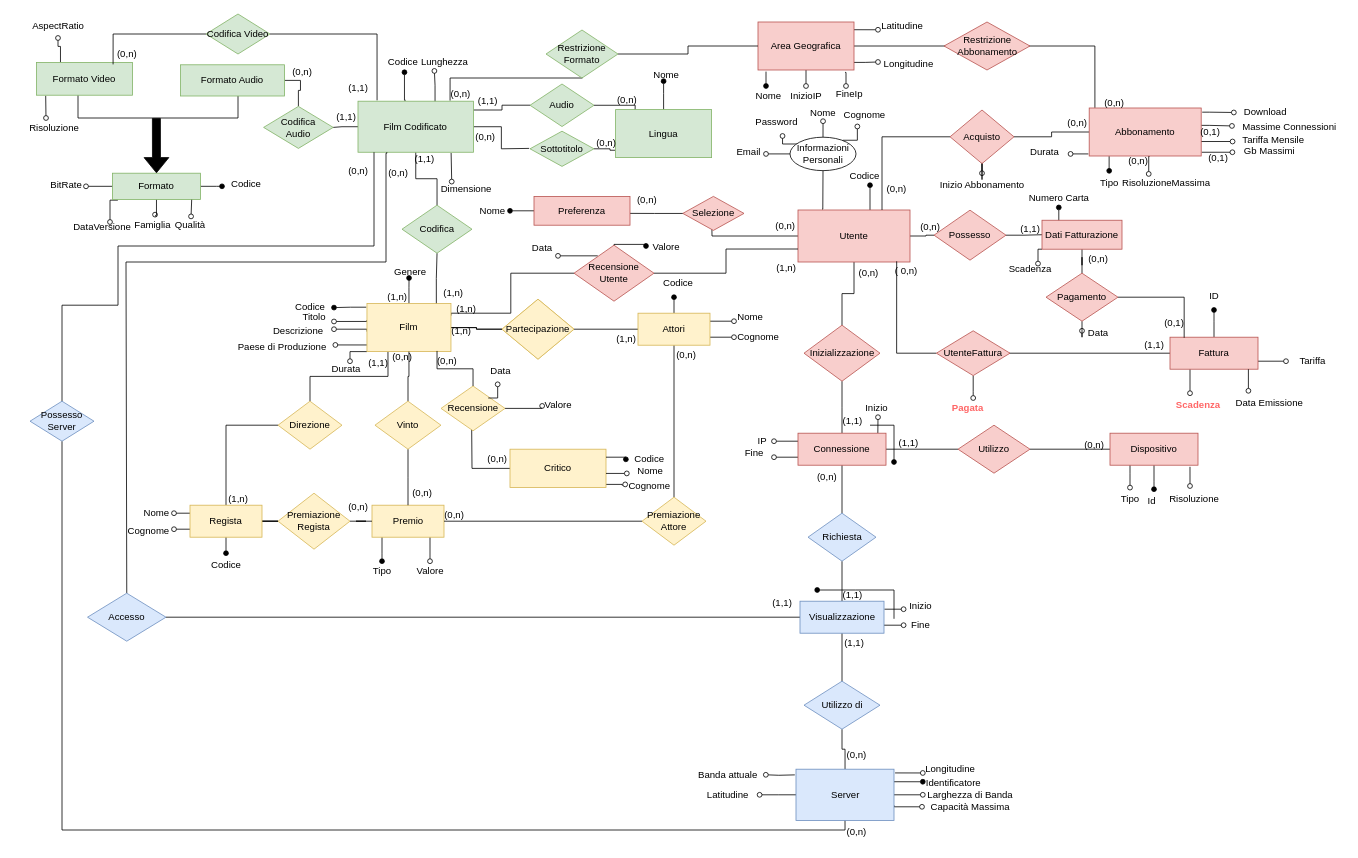
Before: Er non Ristrutturato(2).drawio in LGranucci/FilmSphere, a draw.io diagram. Source tidied: cells renumbered, new cells numbered last; positions are measured from the earlier drawing's top-left corner, leaving out a move shared by most shapes. Both pictures are drawn from the tidied source at 80%, with x=0, y=0 at pixel (18, 14).
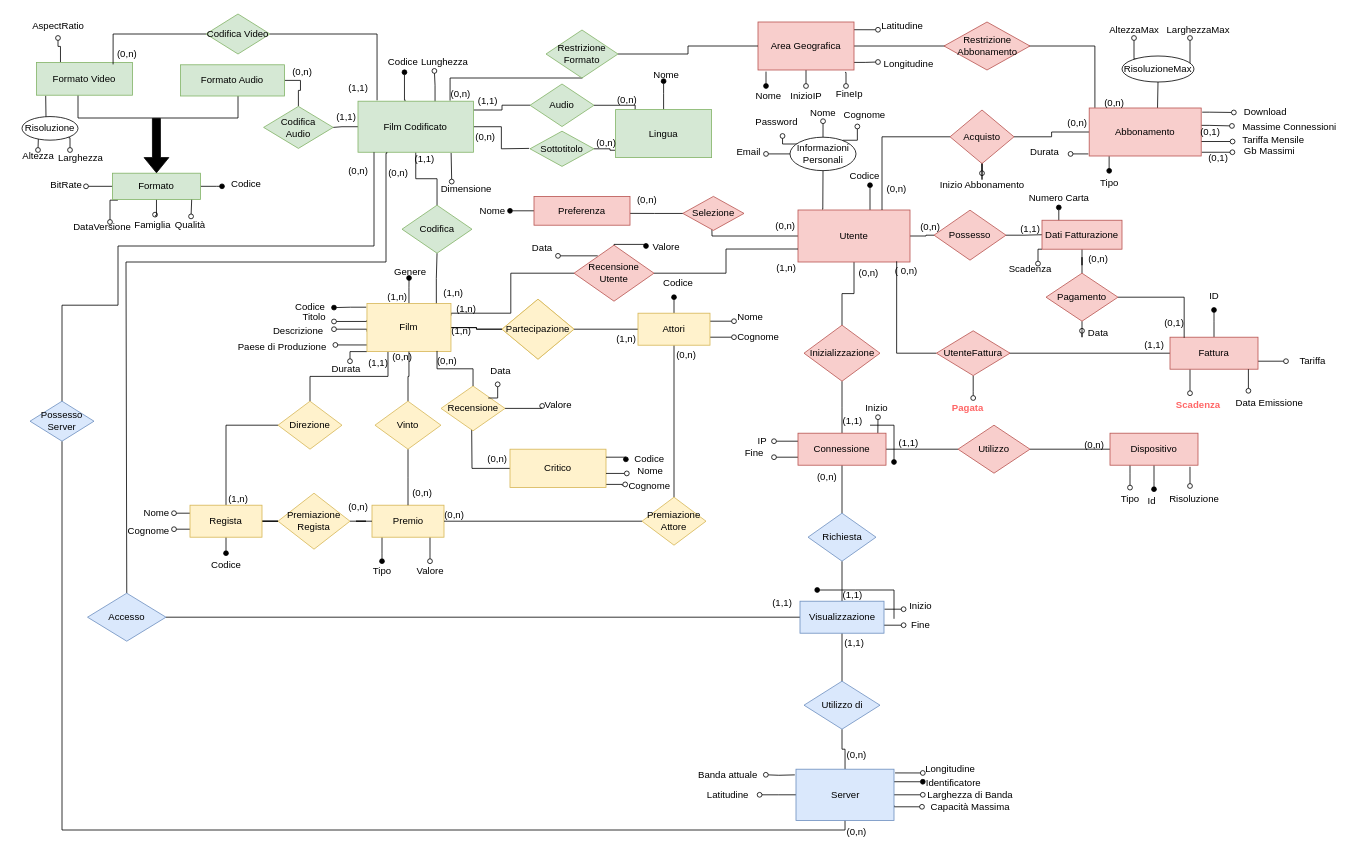
Above is the later version.

The change refers to these unchanged cells:
```xml
<mxCell id="75" value="Abbonamento" style="rounded=0;whiteSpace=wrap;html=1;fillColor=#f8cecc;strokeColor=#b85450;" parent="1" vertex="1">
  <mxGeometry x="1339" y="117.5" width="140" height="60" as="geometry" />
</mxCell>
<mxCell id="269" value="Formato Video" style="whiteSpace=wrap;html=1;fillColor=#d5e8d4;strokeColor=#82b366;" parent="1" vertex="1">
  <mxGeometry x="23.1" y="60.5" width="120" height="41" as="geometry" />
</mxCell>
```

What changed in the source:
```diff
@@
-    <mxCell id="73" style="edgeStyle=orthogonalEdgeStyle;rounded=0;orthogonalLoop=1;jettySize=auto;html=1;exitX=0.626;exitY=1.002;exitDx=0;exitDy=0;exitPerimeter=0;endArrow=oval;endFill=0;" parent="1" edge="1">
-      <mxGeometry relative="1" as="geometry">
-        <mxPoint x="1415" y="177.5" as="sourcePoint" />
-        <mxPoint x="1413.4" y="199.9" as="targetPoint" />
-      </mxGeometry>
-    </mxCell>
@@
+    <mxCell id="303" style="edgeStyle=orthogonalEdgeStyle;rounded=0;jettySize=auto;html=1;entryX=0.5;entryY=1;entryDx=0;entryDy=0;exitX=0.61;exitY=0.006;exitDx=0;exitDy=0;exitPerimeter=0;endArrow=none;endFill=0;" parent="1" edge="1" source="75" target="310">
+      <mxGeometry relative="1" as="geometry" />
+    </mxCell>
@@
-    <mxCell id="263" value="(0,n)" style="text;html=1;align=center;verticalAlign=middle;strokeColor=none;fillColor=none;" parent="1" vertex="1">
-      <mxGeometry x="1375" y="169" width="50" height="30" as="geometry" />
-    </mxCell>
-    <mxCell id="264" value="RisoluzioneMassima" style="text;html=1;align=center;verticalAlign=middle;strokeColor=none;fillColor=none;" parent="1" vertex="1">
-      <mxGeometry x="1370" y="196" width="130" height="30" as="geometry" />
-    </mxCell>
@@
-    <mxCell id="268" style="edgeStyle=orthogonalEdgeStyle;rounded=0;jettySize=auto;html=1;endArrow=oval;endFill=0;exitX=0.096;exitY=1.016;exitDx=0;exitDy=0;exitPerimeter=0;" parent="1" edge="1" source="269">
+    <mxCell id="268" style="edgeStyle=orthogonalEdgeStyle;rounded=0;jettySize=auto;html=1;endArrow=none;endFill=0;exitX=0.096;exitY=1.016;exitDx=0;exitDy=0;exitPerimeter=0;" parent="1" edge="1" source="269">
       <mxGeometry relative="1" as="geometry">
         <mxPoint x="35" y="130" as="targetPoint" />
       </mxGeometry>
     </mxCell>
@@
-    <mxCell id="274" value="Risoluzione" style="text;html=1;align=center;verticalAlign=middle;points=[];strokeColor=none;fillColor=none;" parent="1" vertex="1">
-      <mxGeometry y="128" width="90" height="30" as="geometry" />
-    </mxCell>
@@
+    <mxCell id="304" style="edgeStyle=orthogonalEdgeStyle;rounded=0;jettySize=auto;html=1;exitX=0.292;exitY=0.916;exitDx=0;exitDy=0;exitPerimeter=0;endArrow=oval;endFill=0;" parent="1" edge="1" source="274">
+      <mxGeometry relative="1" as="geometry">
+        <mxPoint x="25" y="170" as="targetPoint" />
+      </mxGeometry>
+    </mxCell>
+    <mxCell id="305" style="edgeStyle=orthogonalEdgeStyle;rounded=0;jettySize=auto;html=1;exitX=0.83;exitY=0.897;exitDx=0;exitDy=0;exitPerimeter=0;endArrow=oval;endFill=0;" parent="1" edge="1" source="274">
+      <mxGeometry relative="1" as="geometry">
+        <mxPoint x="65" y="170" as="targetPoint" />
+      </mxGeometry>
+    </mxCell>
+    <mxCell id="274" value="Risoluzione" style="ellipse;whiteSpace=wrap;html=1;" parent="1" vertex="1">
+      <mxGeometry x="5" y="128.2" width="70" height="29.5" as="geometry" />
+    </mxCell>
+    <mxCell id="306" value="Altezza" style="text;html=1;align=center;verticalAlign=middle;strokeColor=none;fillColor=none;" parent="1" vertex="1">
+      <mxGeometry x="-5" y="162.5" width="60" height="30" as="geometry" />
+    </mxCell>
+    <mxCell id="307" value="Larghezza" style="text;html=1;align=center;verticalAlign=middle;strokeColor=none;fillColor=none;" parent="1" vertex="1">
+      <mxGeometry x="38.1" y="165" width="80" height="30" as="geometry" />
+    </mxCell>
+    <mxCell id="308" style="edgeStyle=orthogonalEdgeStyle;rounded=0;jettySize=auto;html=1;exitX=0.214;exitY=0.112;exitDx=0;exitDy=0;exitPerimeter=0;endArrow=oval;endFill=0;" parent="1" edge="1" source="310">
+      <mxGeometry relative="1" as="geometry">
+        <mxPoint x="1395" y="30" as="targetPoint" />
+      </mxGeometry>
+    </mxCell>
+    <mxCell id="309" style="edgeStyle=orthogonalEdgeStyle;rounded=0;jettySize=auto;html=1;exitX=0.9;exitY=0.288;exitDx=0;exitDy=0;exitPerimeter=0;endArrow=oval;endFill=0;" parent="1" edge="1" source="310">
+      <mxGeometry relative="1" as="geometry">
+        <mxPoint x="1465" y="30" as="targetPoint" />
+      </mxGeometry>
+    </mxCell>
+    <mxCell id="310" value="RisoluzioneMax" style="ellipse;whiteSpace=wrap;html=1;" parent="1" vertex="1">
+      <mxGeometry x="1380" y="52.5" width="90" height="32.5" as="geometry" />
+    </mxCell>
+    <mxCell id="311" value="AltezzaMax" style="text;html=1;align=center;verticalAlign=middle;strokeColor=none;fillColor=none;" parent="1" vertex="1">
+      <mxGeometry x="1350" y="5" width="90" height="30" as="geometry" />
+    </mxCell>
+    <mxCell id="312" value="LarghezzaMax" style="text;html=1;align=center;verticalAlign=middle;strokeColor=none;fillColor=none;" parent="1" vertex="1">
+      <mxGeometry x="1425" y="5" width="100" height="30" as="geometry" />
+    </mxCell>
```
